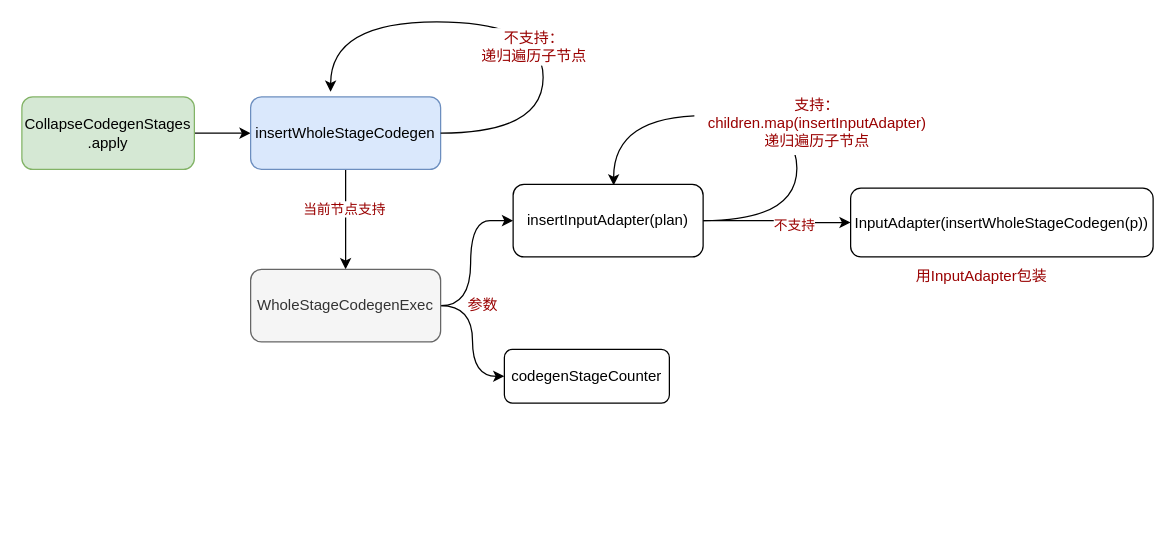
kirito1015/spark_source.sql keeps this draw.io diagram as executedPlan/CodeGeneration.drawio. Above is the earlier version. Source tidied: cells renumbered, new cells numbered last; positions are measured from the earlier drawing's top-left corner, leaving out a move shared by most shapes. Both pictures are drawn from the tidied source at 125%, with x=0, y=0 at pixel (21, 21).
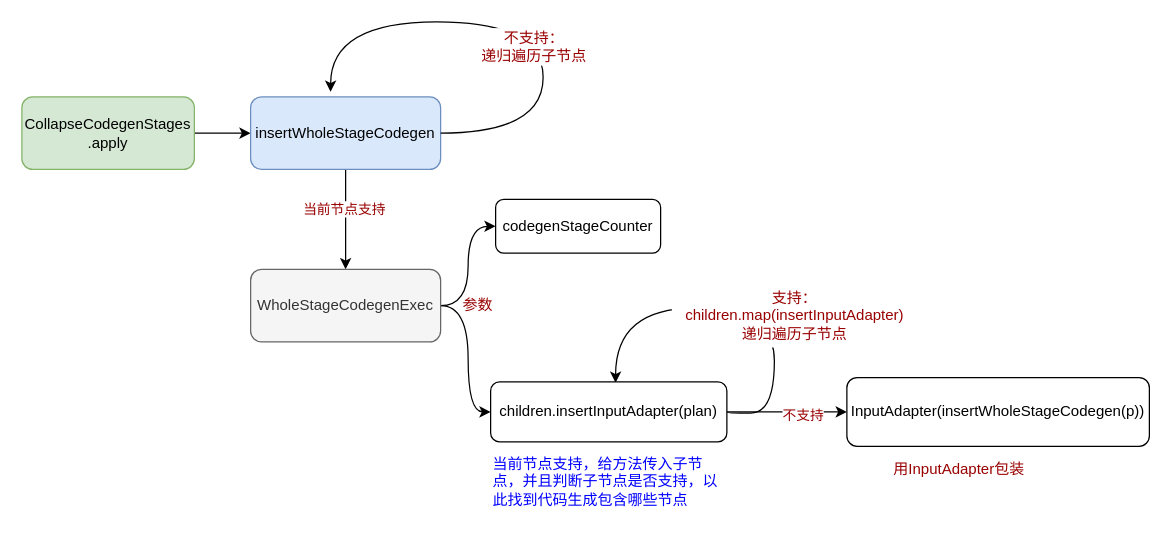
The same page after the edit.

The change refers to these unchanged cells:
```xml
<mxCell id="9" value="WholeStageCodegenExec" style="rounded=1;whiteSpace=wrap;html=1;fillColor=#f5f5f5;strokeColor=#666666;fontColor=#333333;" parent="1" vertex="1">
  <mxGeometry x="183" y="198" width="152" height="58" as="geometry" />
</mxCell>
```

What changed in the source:
```diff
@@
     <mxCell id="7" style="edgeStyle=orthogonalEdgeStyle;rounded=0;jettySize=auto;html=1;curved=1;exitX=1;exitY=0.5;exitDx=0;exitDy=0;entryX=0;entryY=0.5;entryDx=0;entryDy=0;" parent="1" edge="1" source="9" target="13">
       <mxGeometry relative="1" as="geometry">
         <Array as="points">
-          <mxPoint x="359" y="227" />
-          <mxPoint x="359" y="159" />
-          <mxPoint x="390" y="159" />
+          <mxPoint x="357" y="227" />
+          <mxPoint x="357" y="312" />
         </Array>
       </mxGeometry>
     </mxCell>
@@
-    <mxCell id="10" style="edgeStyle=orthogonalEdgeStyle;curved=1;rounded=0;orthogonalLoop=1;jettySize=auto;html=1;fontColor=#990000;entryX=0.529;entryY=0.015;entryDx=0;entryDy=0;exitX=1;exitY=0.5;exitDx=0;exitDy=0;entryPerimeter=0;" parent="1" edge="1" source="13" target="13">
+    <mxCell id="10" style="edgeStyle=orthogonalEdgeStyle;curved=1;rounded=0;orthogonalLoop=1;jettySize=auto;html=1;fontColor=#990000;entryX=0.529;entryY=0.015;entryDx=0;entryDy=0;entryPerimeter=0;exitX=1;exitY=0.5;exitDx=0;exitDy=0;" parent="1" edge="1" source="13" target="13">
       <mxGeometry relative="1" as="geometry">
         <Array as="points">
-          <mxPoint x="620" y="159" />
-          <mxPoint x="620" y="75" />
-          <mxPoint x="474" y="75" />
-          <mxPoint x="474" y="131" />
+          <mxPoint x="602" y="313" />
+          <mxPoint x="602" y="229" />
+          <mxPoint x="475" y="229" />
         </Array>
       </mxGeometry>
     </mxCell>
@@
-    <mxCell id="13" value="insertInputAdapter(plan)" style="rounded=1;whiteSpace=wrap;html=1;" parent="1" vertex="1">
-      <mxGeometry x="393" y="130" width="152" height="58" as="geometry" />
+    <mxCell id="13" value="children.insertInputAdapter(plan)" style="rounded=1;whiteSpace=wrap;html=1;" parent="1" vertex="1">
+      <mxGeometry x="375" y="288" width="189" height="48" as="geometry" />
     </mxCell>
     <mxCell id="14" value="codegenStageCounter" style="rounded=1;whiteSpace=wrap;html=1;" parent="1" vertex="1">
-      <mxGeometry x="386" y="262" width="132" height="43" as="geometry" />
+      <mxGeometry x="379" y="142" width="132" height="43" as="geometry" />
     </mxCell>
     <mxCell id="15" value="参数" style="text;html=1;strokeColor=none;fillColor=none;align=center;verticalAlign=middle;whiteSpace=wrap;rounded=0;fontColor=#990000;fontStyle=0;" parent="1" vertex="1">
-      <mxGeometry x="339" y="212" width="60" height="30" as="geometry" />
+      <mxGeometry x="335" y="212" width="60" height="30" as="geometry" />
     </mxCell>
@@
     <mxCell id="18" value="支持：&lt;br&gt;children.map(insertInputAdapter)&lt;br&gt;递归遍历子节点" style="text;html=1;strokeColor=none;fillColor=default;align=center;verticalAlign=middle;whiteSpace=wrap;rounded=0;fontColor=#990000;fontStyle=0;" parent="1" vertex="1">
-      <mxGeometry x="538" y="55" width="197" height="51.5" as="geometry" />
+      <mxGeometry x="520" y="209" width="197" height="51.5" as="geometry" />
     </mxCell>
     <mxCell id="19" value="InputAdapter(insertWholeStageCodegen(p))" style="rounded=1;whiteSpace=wrap;html=1;" parent="1" vertex="1">
-      <mxGeometry x="663" y="133" width="242" height="55" as="geometry" />
+      <mxGeometry x="660" y="284.5" width="242" height="55" as="geometry" />
     </mxCell>
     <mxCell id="20" value="用InputAdapter包装" style="text;html=1;strokeColor=none;fillColor=none;align=center;verticalAlign=middle;whiteSpace=wrap;rounded=0;fontColor=#990000;fontStyle=0;" parent="1" vertex="1">
-      <mxGeometry x="713" y="189" width="110" height="30" as="geometry" />
+      <mxGeometry x="695" y="343" width="110" height="30" as="geometry" />
     </mxCell>
+    <mxCell id="21" value="当前节点支持，给方法传入子节点，并且判断子节点是否支持，以此找到代码生成包含哪些节点" style="text;html=1;strokeColor=none;fillColor=none;align=left;verticalAlign=middle;whiteSpace=wrap;rounded=0;fontColor=#0000FF;fontStyle=0;" parent="1" vertex="1">
+      <mxGeometry x="375" y="339.5" width="190" height="57.5" as="geometry" />
+    </mxCell>
```
